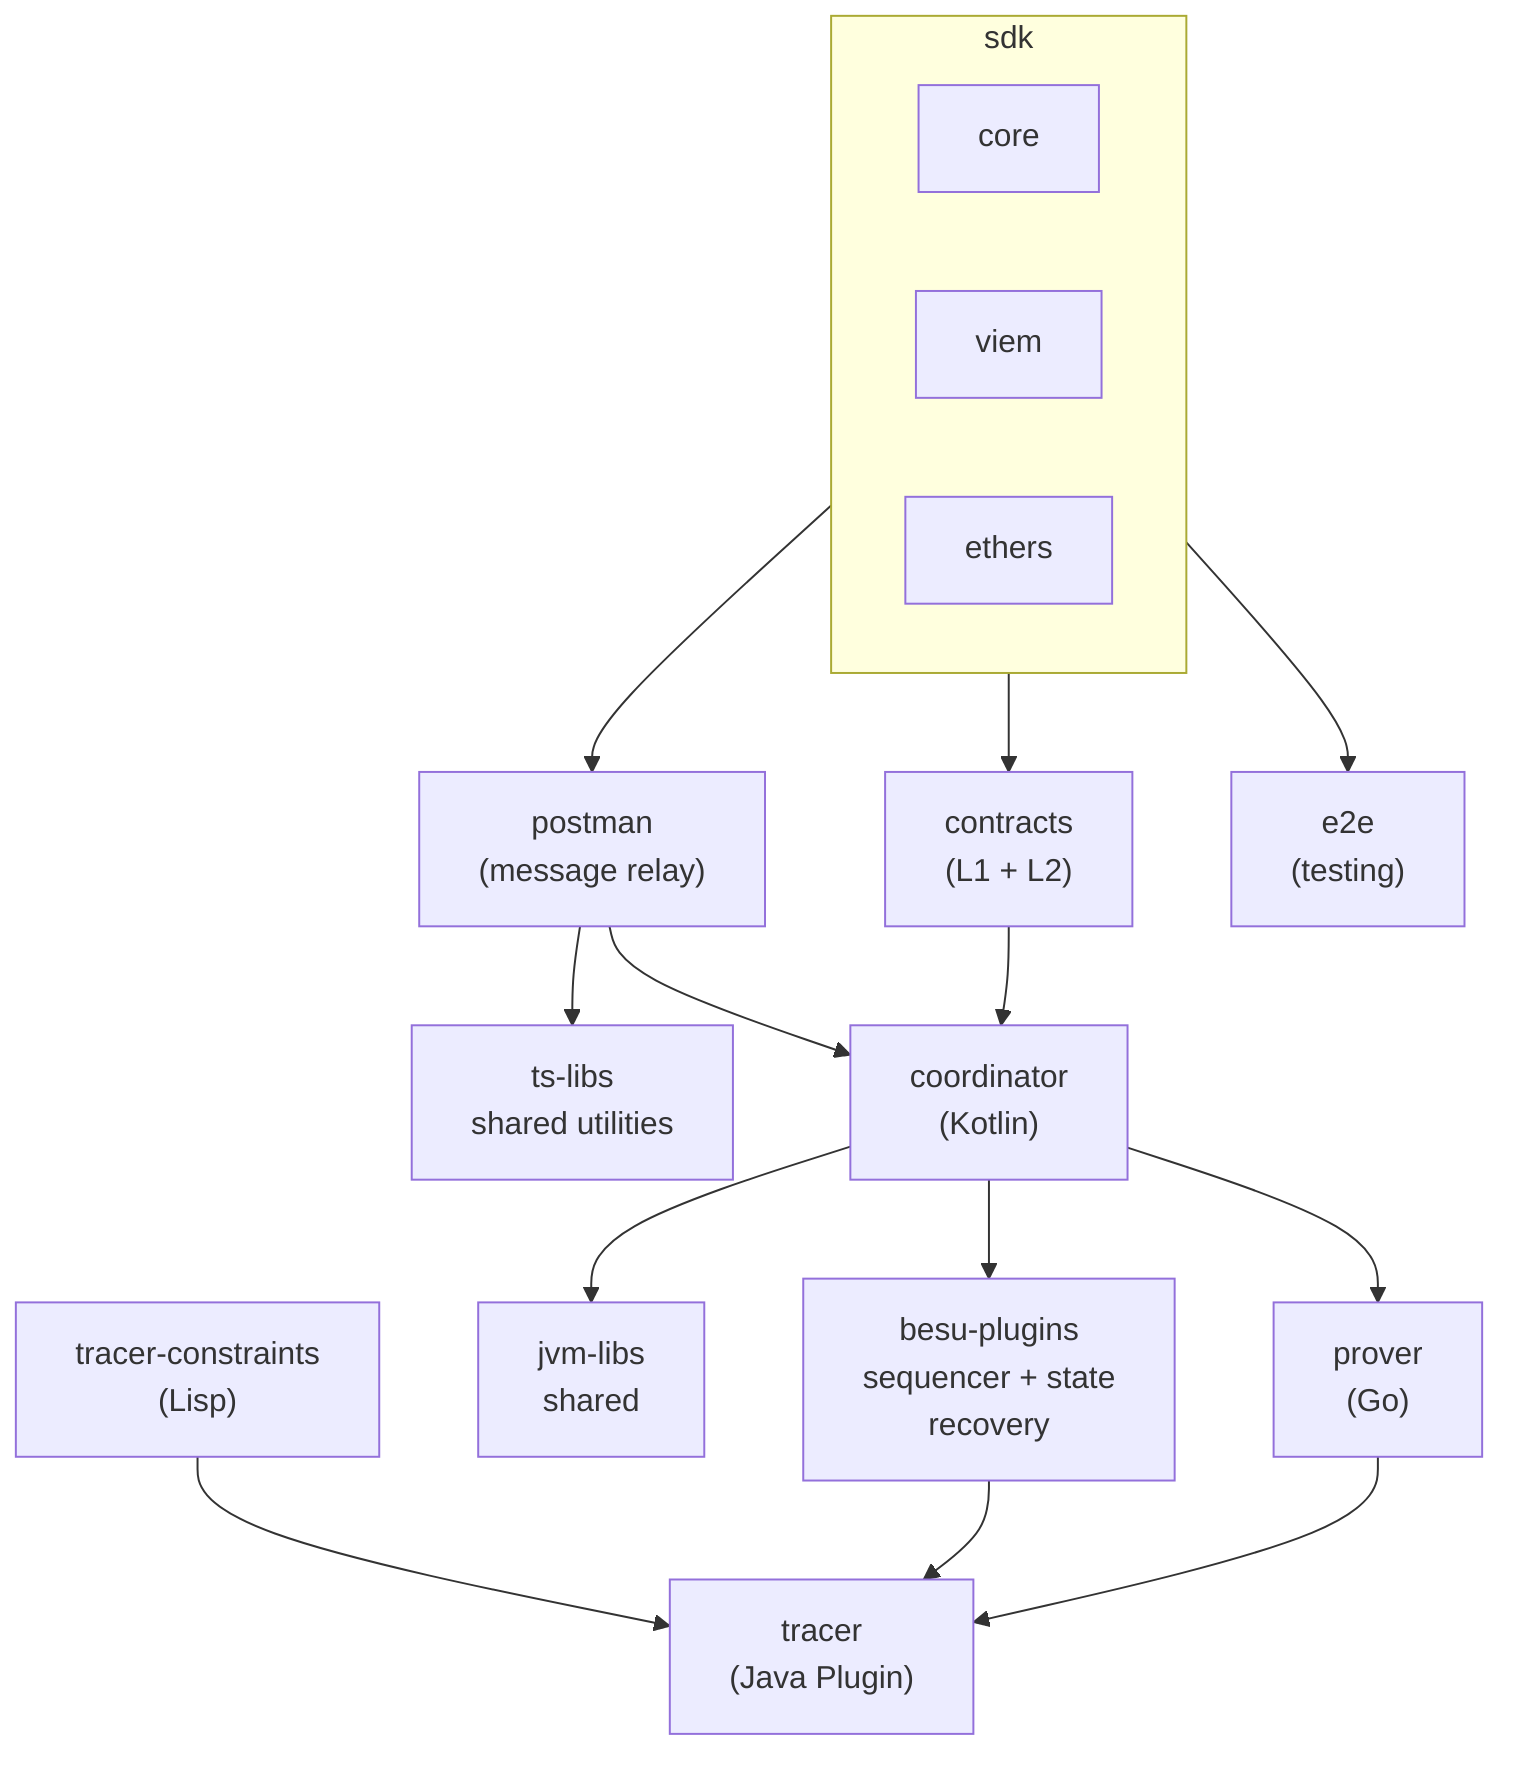
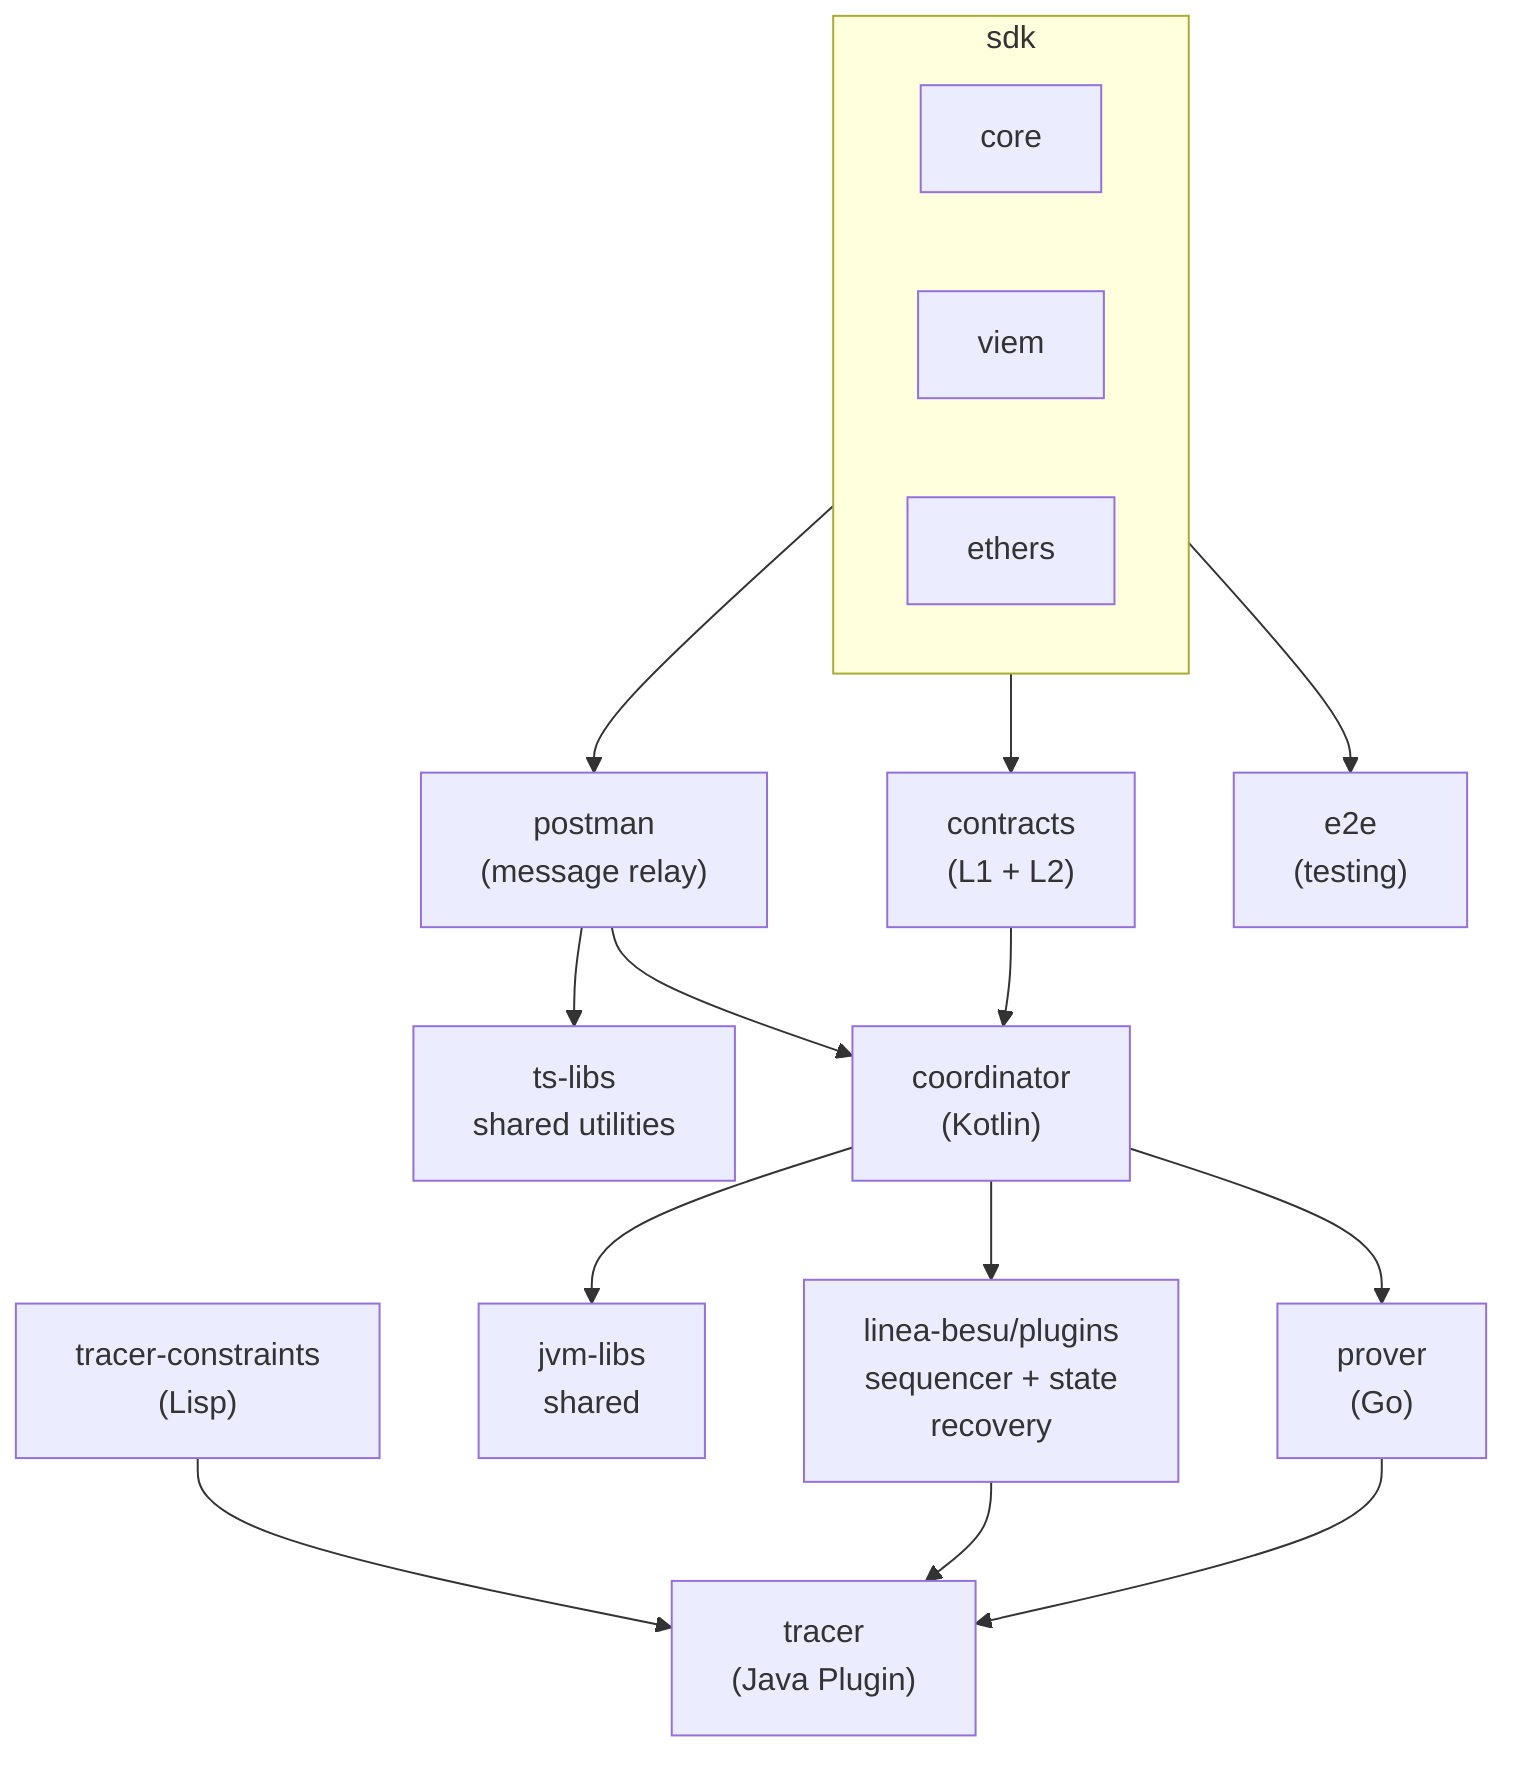
%% Component Dependency Graph
flowchart TB
    subgraph SDK["sdk"]
        Core["core"]
        Viem["viem"]
        Ethers["ethers"]
    end

    Contracts["contracts<br/>(L1 + L2)"]
    Postman["postman<br/>(message relay)"]
    E2E["e2e<br/>(testing)"]
    TsLibs["ts-libs<br/>shared utilities"]

    SDK --> Contracts
    SDK --> Postman
    SDK --> E2E

    Postman --> TsLibs

    Coordinator["coordinator<br/>(Kotlin)"]

    Contracts --> Coordinator
    Postman --> Coordinator

    Prover["prover<br/>(Go)"]
    JvmLibs["jvm-libs<br/>shared"]
-     BesuPlugins["besu-plugins<br/>sequencer + state<br/>recovery"]
+     BesuPlugins["linea-besu/plugins<br/>sequencer + state<br/>recovery"]

    Coordinator --> Prover
    Coordinator --> JvmLibs
    Coordinator --> BesuPlugins

    Tracer["tracer<br/>(Java Plugin)"]
    TracerConstraints["tracer-constraints<br/>(Lisp)"]

    Prover --> Tracer
    BesuPlugins --> Tracer
    TracerConstraints --> Tracer
